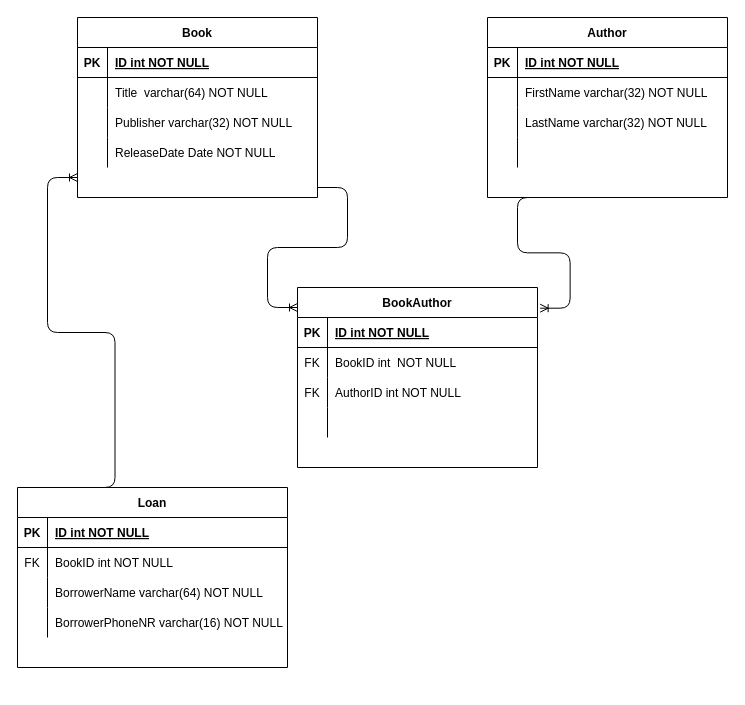
JMonell/DBUppg keeps this draw.io diagram as ER-Diagram.drawio. Above is the earlier version. Source tidied: cells renumbered, new cells numbered last; positions are measured from the earlier drawing's top-left corner, leaving out a move shared by most shapes. Both pictures are drawn from the tidied source at 100%, with x=0, y=0 at pixel (17, 17).
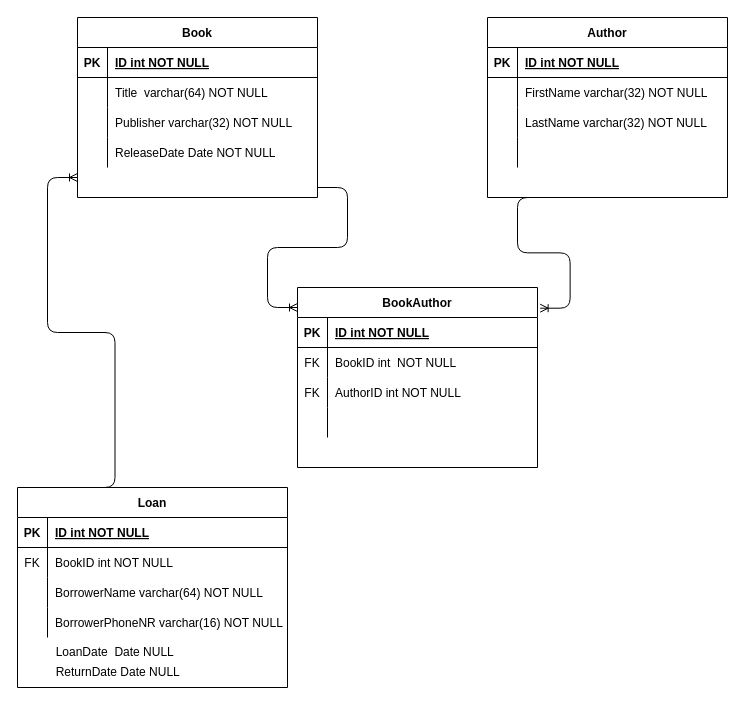
The same page after the edit.

Diff of the diagram source:
```diff
@@
     <mxCell id="41" value="Loan" style="shape=table;startSize=30;childLayout=tableLayout;rowLines=0;fontStyle=1;align=center;" parent="1" vertex="1">
-      <mxGeometry y="470" width="270" height="180" as="geometry" />
+      <mxGeometry y="470" width="270" height="200" as="geometry" />
     </mxCell>
@@
+    <mxCell id="57" value="&amp;nbsp; LoanDate&amp;nbsp; Date NULL" style="text;html=1;align=left;verticalAlign=middle;strokeColor=none;fillColor=none;" parent="1" vertex="1">
+      <mxGeometry x="30" y="620" width="150" height="30" as="geometry" />
+    </mxCell>
+    <mxCell id="58" value="&amp;nbsp; ReturnDate Date NULL" style="text;html=1;align=left;verticalAlign=middle;strokeColor=none;fillColor=none;" parent="1" vertex="1">
+      <mxGeometry x="30" y="640" width="150" height="30" as="geometry" />
+    </mxCell>
```
